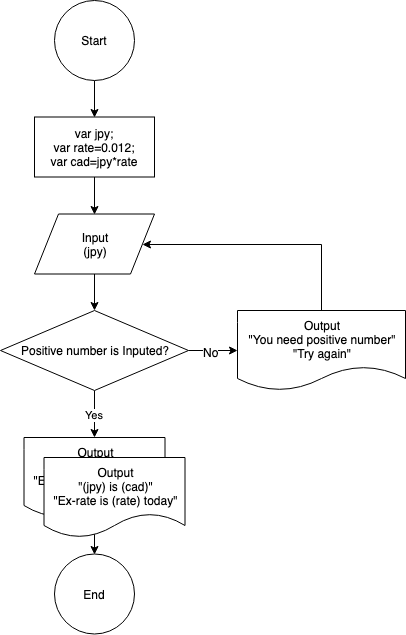
Earlier version of the draw.io export JPY2CAD.png (OguraSatoshi7/FlowChart). Source tidied: cells renumbered, new cells last; positions are measured from the earlier drawing's top-left corner, leaving out a move shared by most shapes. Its diagram source:
```xml
<mxGraphModel>
  <root>
    <mxCell id="0" />
    <mxCell id="1" parent="0" />
    <mxCell id="2" style="edgeStyle=orthogonalEdgeStyle;rounded=0;jettySize=auto;html=1;entryX=0.5;entryY=0;entryDx=0;entryDy=0;" parent="1" edge="1" source="3" target="5">
      <mxGeometry relative="1" as="geometry" />
    </mxCell>
    <mxCell id="3" value="Start" style="ellipse;whiteSpace=wrap;html=1;" parent="1" vertex="1">
      <mxGeometry x="54" width="80" height="80" as="geometry" />
    </mxCell>
    <mxCell id="4" style="edgeStyle=orthogonalEdgeStyle;rounded=0;jettySize=auto;html=1;entryX=0.5;entryY=0;entryDx=0;entryDy=0;" parent="1" edge="1" source="5" target="7">
      <mxGeometry relative="1" as="geometry" />
    </mxCell>
    <mxCell id="5" value="var jpy;&lt;br&gt;var rate=0.012;&lt;br&gt;var cad=jpy*rate" style="rounded=0;whiteSpace=wrap;html=1;" parent="1" vertex="1">
      <mxGeometry x="34" y="116.5" width="120" height="60" as="geometry" />
    </mxCell>
    <mxCell id="6" style="edgeStyle=orthogonalEdgeStyle;rounded=0;jettySize=auto;html=1;entryX=0.5;entryY=0;entryDx=0;entryDy=0;" parent="1" edge="1" source="7" target="14">
      <mxGeometry relative="1" as="geometry" />
    </mxCell>
    <mxCell id="7" value="Input&lt;br&gt;(jpy)" style="shape=parallelogram;perimeter=parallelogramPerimeter;whiteSpace=wrap;html=1;" parent="1" vertex="1">
      <mxGeometry x="34" y="213.5" width="120" height="60" as="geometry" />
    </mxCell>
    <mxCell id="8" style="edgeStyle=orthogonalEdgeStyle;rounded=0;jettySize=auto;html=1;entryX=0.5;entryY=0;entryDx=0;entryDy=0;" parent="1" edge="1" source="9" target="10">
      <mxGeometry relative="1" as="geometry" />
    </mxCell>
    <mxCell id="9" value="Output&lt;br&gt;&quot;(jpy) is (cad)&quot;&lt;br&gt;&quot;Ex-rate is (rate) today&quot;" style="shape=document;whiteSpace=wrap;html=1;boundedLbl=1;" parent="1" vertex="1">
      <mxGeometry x="23.5" y="437" width="141" height="80" as="geometry" />
    </mxCell>
    <mxCell id="10" value="End" style="ellipse;whiteSpace=wrap;html=1;" parent="1" vertex="1">
      <mxGeometry x="54" y="553.5" width="80" height="80" as="geometry" />
    </mxCell>
    <mxCell id="11" value="Yes" style="edgeStyle=orthogonalEdgeStyle;rounded=0;jettySize=auto;html=1;entryX=0.5;entryY=0;entryDx=0;entryDy=0;" parent="1" edge="1" source="14" target="9">
      <mxGeometry relative="1" as="geometry" />
    </mxCell>
    <mxCell id="12" style="edgeStyle=orthogonalEdgeStyle;rounded=0;jettySize=auto;html=1;entryX=0;entryY=0.5;entryDx=0;entryDy=0;" parent="1" edge="1" source="14" target="16">
      <mxGeometry relative="1" as="geometry" />
    </mxCell>
    <mxCell id="13" value="No" style="text;html=1;align=center;verticalAlign=middle;labelBackgroundColor=#ffffff;" parent="12" vertex="1">
      <mxGeometry x="-0.1" y="-1" relative="1" as="geometry" />
    </mxCell>
    <mxCell id="14" value="Positive number is Inputed?" style="rhombus;whiteSpace=wrap;html=1;" parent="1" vertex="1">
      <mxGeometry y="310" width="188" height="80" as="geometry" />
    </mxCell>
    <mxCell id="15" style="edgeStyle=orthogonalEdgeStyle;rounded=0;jettySize=auto;html=1;entryX=1;entryY=0.5;entryDx=0;entryDy=0;" parent="1" edge="1" source="16" target="7">
      <mxGeometry relative="1" as="geometry">
        <Array as="points">
          <mxPoint x="321" y="244" />
        </Array>
      </mxGeometry>
    </mxCell>
    <mxCell id="16" value="Output&lt;br&gt;&quot;You need positive number&quot;&lt;br&gt;&quot;Try again&quot;" style="shape=document;whiteSpace=wrap;html=1;boundedLbl=1;" parent="1" vertex="1">
      <mxGeometry x="237" y="310" width="168" height="80" as="geometry" />
    </mxCell>
    <mxCell id="17" value="Output&lt;br&gt;&quot;(jpy) is (cad)&quot;&lt;br&gt;&quot;Ex-rate is (rate) today&quot;" style="shape=document;whiteSpace=wrap;html=1;boundedLbl=1;" parent="1" vertex="1">
      <mxGeometry x="43.5" y="457" width="141" height="80" as="geometry" />
    </mxCell>
  </root>
</mxGraphModel>
```
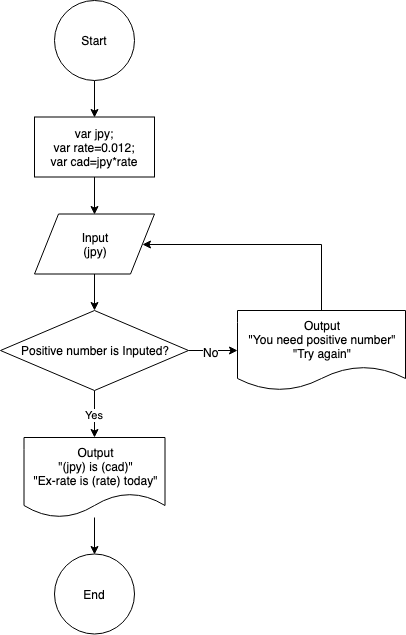
Above is the later version.

What changed in the source:
```diff
@@ -51,8 +51,5 @@
     <mxCell id="16" value="Output&lt;br&gt;&quot;You need positive number&quot;&lt;br&gt;&quot;Try again&quot;" style="shape=document;whiteSpace=wrap;html=1;boundedLbl=1;" parent="1" vertex="1">
       <mxGeometry x="237" y="310" width="168" height="80" as="geometry" />
     </mxCell>
-    <mxCell id="17" value="Output&lt;br&gt;&quot;(jpy) is (cad)&quot;&lt;br&gt;&quot;Ex-rate is (rate) today&quot;" style="shape=document;whiteSpace=wrap;html=1;boundedLbl=1;" parent="1" vertex="1">
-      <mxGeometry x="43.5" y="457" width="141" height="80" as="geometry" />
-    </mxCell>
   </root>
 </mxGraphModel>
```
